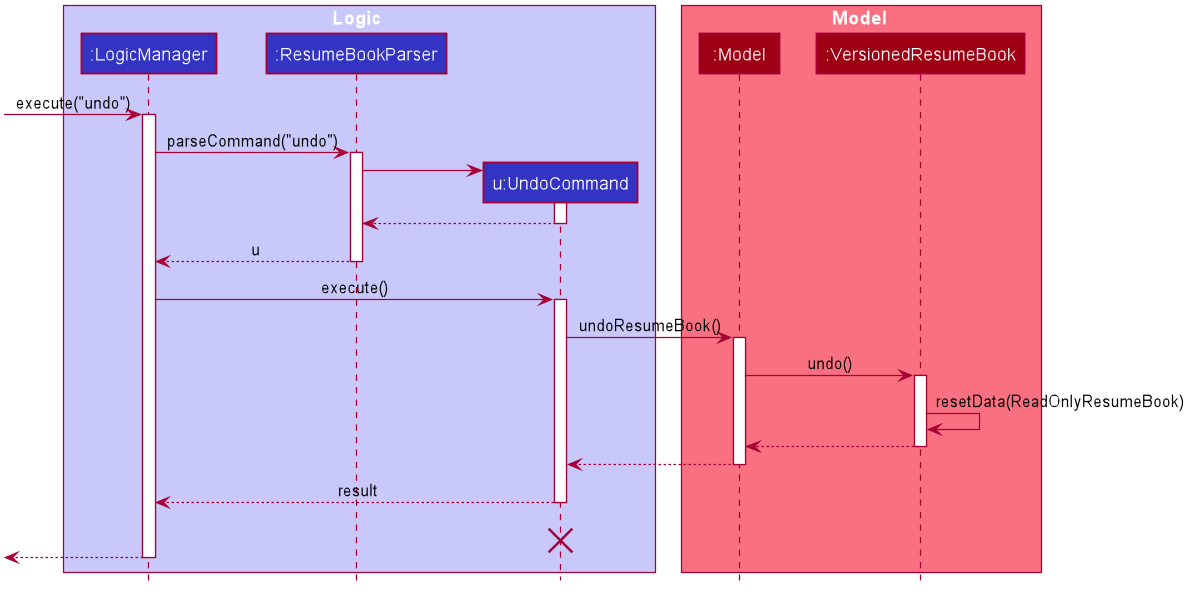
Above: docs/images/UndoSequenceDiagram.png in wardetu/main (PlantUML), before the change. Source of this version:
```plantuml
@startuml









skinparam BackgroundColor #DDDDDDD

skinparam Shadowing false

skinparam Class {
    FontColor #FFFFFF
    BorderThickness 1
    BorderColor #FFFFFF
    StereotypeFontColor #FFFFFF
    FontName Arial
}

skinparam Actor {
    BorderColor #000000
    Color #000000
    FontName Arial
}

skinparam Sequence {
    MessageAlign center
    BoxFontSize 15
    BoxPadding 0
    BoxFontColor #FFFFFF
    FontName Arial
}

skinparam Participant {
    FontColor #FFFFFFF
    Padding 20
}

skinparam MinClassWidth 50
skinparam ParticipantPadding 10
skinparam Shadowing false
skinparam DefaultTextAlignment center
skinparam packageStyle Rectangle

hide footbox
hide members
hide circle

box Logic #C8C8FA
participant ":LogicManager" as LogicManager #3333C4
participant ":ResumeBookParser" as ResumeBookParser #3333C4
participant "u:UndoCommand" as UndoCommand #3333C4
end box

box Model #F97181
participant ":Model" as Model #9D0012
participant ":VersionedResumeBook" as VersionedResumeBook #9D0012
end box
[-> LogicManager : execute("undo")
activate LogicManager

LogicManager -> ResumeBookParser : parseCommand("undo")
activate ResumeBookParser

create UndoCommand
ResumeBookParser -> UndoCommand
activate UndoCommand

UndoCommand --> ResumeBookParser
deactivate UndoCommand

ResumeBookParser --> LogicManager : u
deactivate ResumeBookParser

LogicManager -> UndoCommand : execute()
activate UndoCommand

UndoCommand -> Model : undoResumeBook()
activate Model

Model -> VersionedResumeBook : undo()
activate VersionedResumeBook

VersionedResumeBook -> VersionedResumeBook :resetData(ReadOnlyResumeBook)
VersionedResumeBook --> Model :
deactivate VersionedResumeBook

Model --> UndoCommand
deactivate Model

UndoCommand --> LogicManager : result
deactivate UndoCommand
UndoCommand -[hidden]-> LogicManager : result
destroy UndoCommand

[<--LogicManager
deactivate LogicManager
@enduml
```
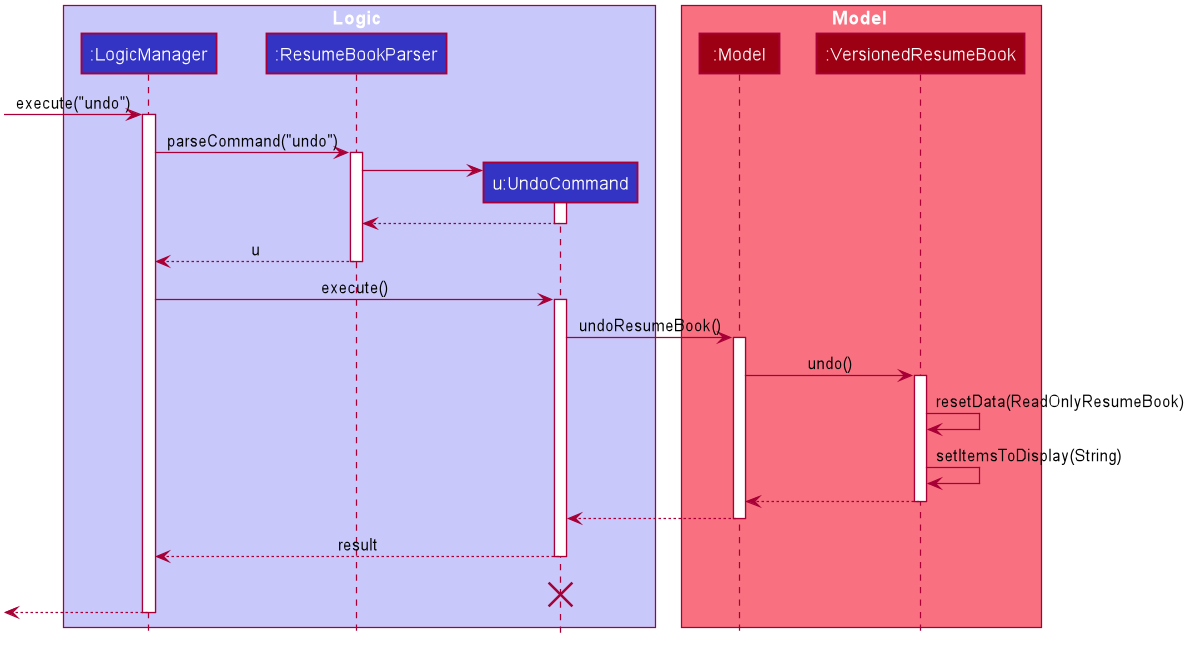
The same file after the commit.

What changed in the source:
```diff
@@ -85,6 +85,7 @@
 activate VersionedResumeBook
 
 VersionedResumeBook -> VersionedResumeBook :resetData(ReadOnlyResumeBook)
+VersionedResumeBook -> VersionedResumeBook :setItemsToDisplay(String)
 VersionedResumeBook --> Model :
 deactivate VersionedResumeBook
 
```
